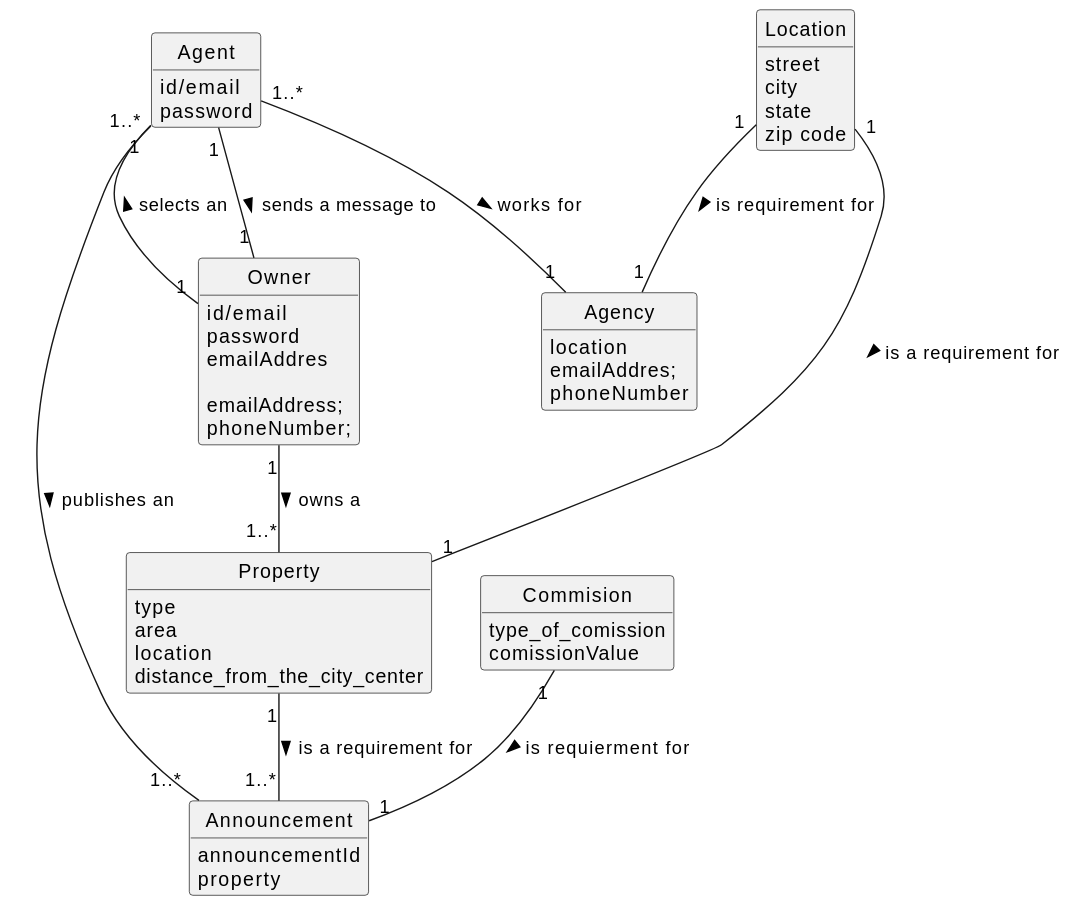
Rodrick0209/ISEP-LAPR2-22-23 keeps this PlantUML diagram as docs/Sprint-D/US002/02.analysis/svg/us002-domain-model.svg. Above is the earlier version.
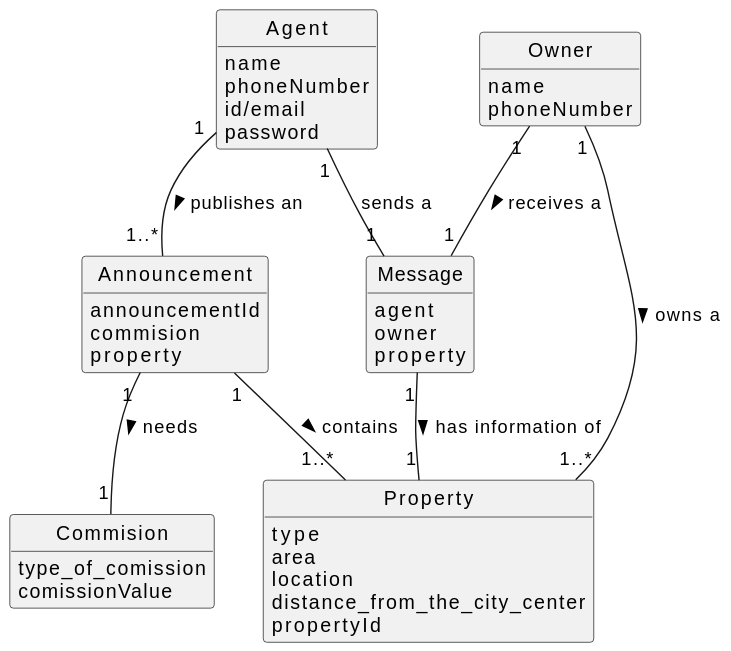
The same file after the commit.

What changed in the source:
```diff
@@ -9,55 +9,54 @@
 hide circle
 hide methods
 
-class Agency{
-    location
-    emailAddres;
-    phoneNumber
-}
 class Agent {
+name
+phoneNumber
 id/email
 password
 }
+class Owner{
+name
+phoneNumber
 
-class Location{
-street
-city
-state
-zip code
+
+}
+class Message{
+agent
+owner
+property
+
 }
 
-class Owner {
-id/email
-password
-emailAddres
 
-emailAddress;
-phoneNumber;
-}
+
+
+
 
 class Property {
    type
    area
    location
     distance_from_the_city_center
+    propertyId
+
 }
 
 class Announcement {
 announcementId
-     property
+commision
+property
   }
  class Commision {
      type_of_comission
      comissionValue
      }
 
-Owner "1" -- "1..*" Agent : selects an >
 Owner "1" -- "1..*" Property : owns a >
 Agent "1" -- "1..*" Announcement : publishes an >
-Agent "1..*" -- "1" Agency : works for >
-Property "1"-- "1..*"Announcement: is a requirement for  >
-Location "1"--"1" Property : is a requirement for >
-Location "1"--"1" Agency : is requirement for >
-Commision "1"--"1" Announcement : is requierment  for >
-Agent "1"--"1" Owner : sends a message to >
+Announcement "1"-- "1..*" Property: contains >
+Announcement"1"--"1" Commision : needs >
+Owner "1"--"1" Message : receives a >
+Agent "1"--"1" Message : sends a
+Message "1"--"1" Property : has information of >
 @enduml
```
